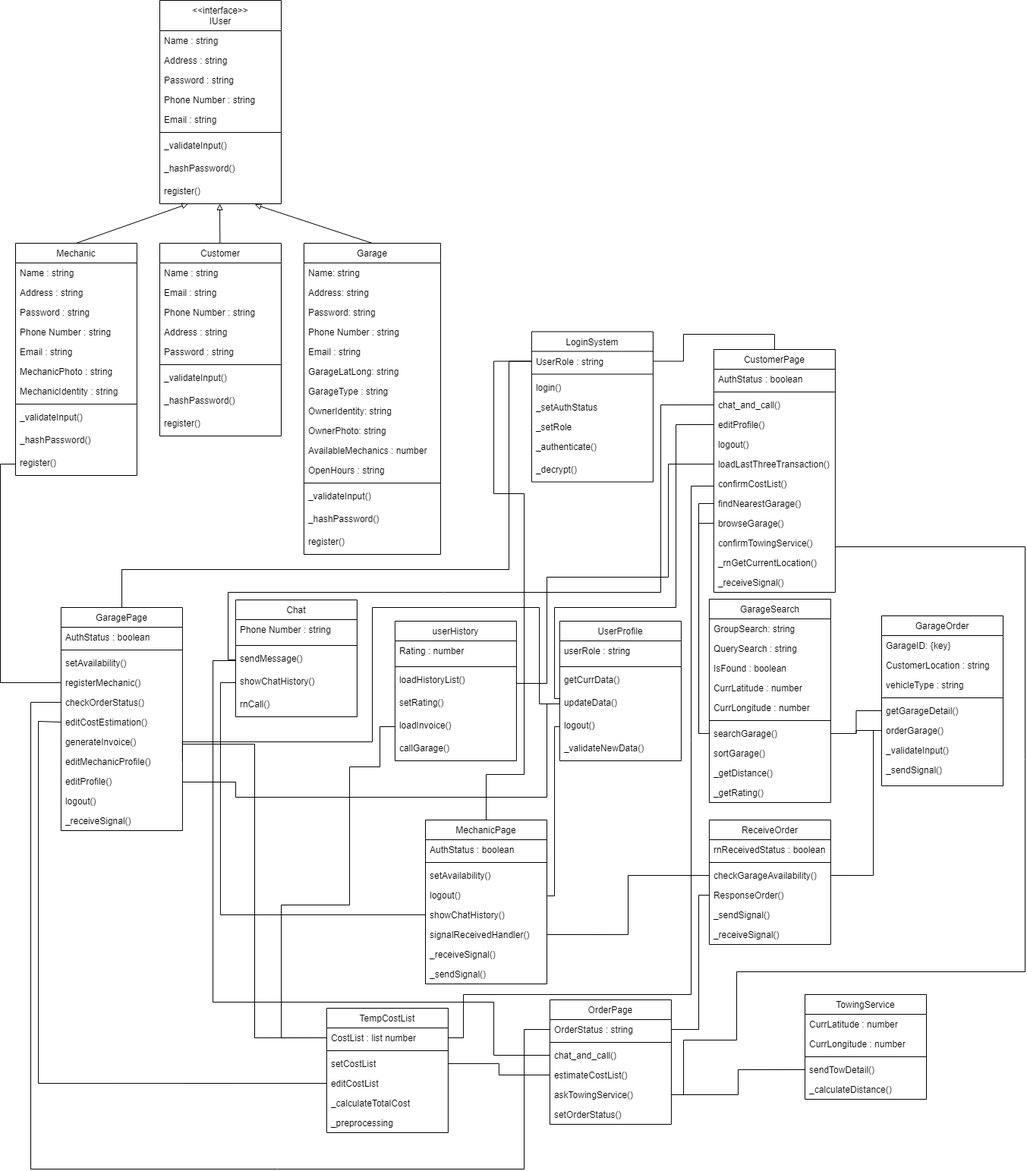
This is Systems/ClassDiagram.drawio.png from felixfilipi/E-Monteer, a draw.io export, as it was before one commit. Source tidied: cells renumbered, new cells last; positions are measured from the earlier drawing's top-left corner, leaving out a move shared by most shapes.
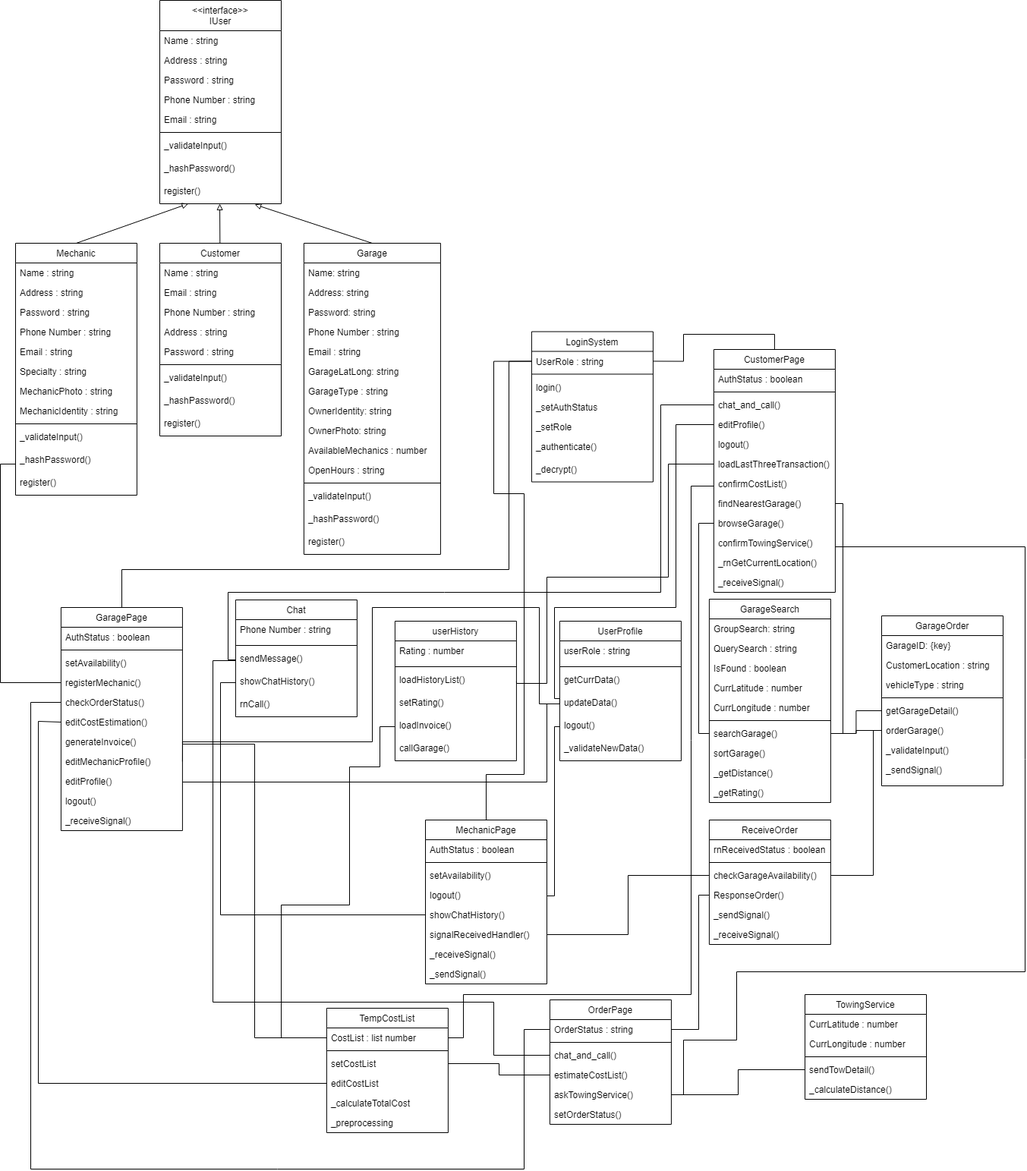
Above is the later version.

The edit, as a diff of the source:
```diff
@@ -81,7 +81,7 @@
       <mxGeometry y="380" width="180" height="30" as="geometry" />
     </mxCell>
     <mxCell id="28" value="Mechanic" style="swimlane;fontStyle=0;align=center;verticalAlign=top;horizontal=1;startSize=26;rounded=0;shadow=0;strokeWidth=1;" parent="1" vertex="1">
-      <mxGeometry x="20" y="320" width="159.9" height="306" as="geometry" />
+      <mxGeometry x="20" y="320" width="159.9" height="332" as="geometry" />
     </mxCell>
     <mxCell id="29" value="Name : string" style="text;align=left;verticalAlign=top;spacingLeft=4;spacingRight=4;overflow=hidden;" parent="28" vertex="1">
       <mxGeometry y="26" width="159.9" height="26" as="geometry" />
@@ -95,26 +95,29 @@
     <mxCell id="32" value="Phone Number : string" style="text;align=left;verticalAlign=top;spacingLeft=4;spacingRight=4;overflow=hidden;" parent="28" vertex="1">
       <mxGeometry y="104" width="159.9" height="26" as="geometry" />
     </mxCell>
+    <mxCell id="189" value="Email : string" style="text;align=left;verticalAlign=top;spacingLeft=4;spacingRight=4;overflow=hidden;" parent="28" vertex="1">
+      <mxGeometry y="130" width="159.9" height="26" as="geometry" />
+    </mxCell>
-    <mxCell id="33" value="Email : string" style="text;align=left;verticalAlign=top;spacingLeft=4;spacingRight=4;overflow=hidden;" parent="28" vertex="1">
-      <mxGeometry y="130" width="159.9" height="26" as="geometry" />
+    <mxCell id="33" value="Specialty : string" style="text;align=left;verticalAlign=top;spacingLeft=4;spacingRight=4;overflow=hidden;" parent="28" vertex="1">
+      <mxGeometry y="156" width="159.9" height="26" as="geometry" />
     </mxCell>
     <mxCell id="34" value="MechanicPhoto : string" style="text;align=left;verticalAlign=top;spacingLeft=4;spacingRight=4;overflow=hidden;" parent="28" vertex="1">
-      <mxGeometry y="156" width="159.9" height="26" as="geometry" />
+      <mxGeometry y="182" width="159.9" height="26" as="geometry" />
     </mxCell>
     <mxCell id="35" value="MechanicIdentity : string" style="text;align=left;verticalAlign=top;spacingLeft=4;spacingRight=4;overflow=hidden;" parent="28" vertex="1">
-      <mxGeometry y="182" width="159.9" height="26" as="geometry" />
+      <mxGeometry y="208" width="159.9" height="26" as="geometry" />
     </mxCell>
     <mxCell id="36" style="line;html=1;strokeWidth=1;align=left;verticalAlign=middle;spacingTop=-1;spacingLeft=3;spacingRight=3;labelPosition=right;" parent="28" vertex="1">
-      <mxGeometry y="208" width="159.9" height="8" as="geometry" />
+      <mxGeometry y="234" width="159.9" height="8" as="geometry" />
     </mxCell>
     <mxCell id="37" value="_validateInput()" style="text;align=left;verticalAlign=top;spacingLeft=4;spacingRight=4;overflow=hidden;" parent="28" vertex="1">
-      <mxGeometry y="216" width="159.9" height="30" as="geometry" />
+      <mxGeometry y="242" width="159.9" height="30" as="geometry" />
     </mxCell>
     <mxCell id="38" value="_hashPassword()" style="text;align=left;verticalAlign=top;spacingLeft=4;spacingRight=4;overflow=hidden;" parent="28" vertex="1">
-      <mxGeometry y="246" width="159.9" height="30" as="geometry" />
+      <mxGeometry y="272" width="159.9" height="30" as="geometry" />
     </mxCell>
     <mxCell id="39" value="register()" style="text;align=left;verticalAlign=top;spacingLeft=4;spacingRight=4;overflow=hidden;points=[[0,0.5],[1,0.5]];portConstraint=eastwest;" parent="28" vertex="1">
-      <mxGeometry y="276" width="159.9" height="30" as="geometry" />
+      <mxGeometry y="302" width="159.9" height="30" as="geometry" />
     </mxCell>
     <mxCell id="40" value="LoginSystem" style="swimlane;fontStyle=0;align=center;verticalAlign=top;horizontal=1;startSize=26;rounded=0;shadow=0;strokeWidth=1;" parent="1" vertex="1">
       <mxGeometry x="699.9" y="436.5" width="160" height="198" as="geometry" />
@@ -465,11 +468,11 @@
         </Array>
       </mxGeometry>
     </mxCell>
-    <mxCell id="154" style="edgeStyle=orthogonalEdgeStyle;rounded=0;jettySize=auto;html=1;entryX=0;entryY=0.5;entryDx=0;entryDy=0;endArrow=none;endFill=0;exitX=0;exitY=0.5;exitDx=0;exitDy=0;" parent="1" edge="1" source="76" target="57">
+    <mxCell id="154" style="edgeStyle=orthogonalEdgeStyle;rounded=0;jettySize=auto;html=1;entryX=1;entryY=0.5;entryDx=0;entryDy=0;endArrow=none;endFill=0;exitX=1;exitY=0.5;exitDx=0;exitDy=0;" parent="1" edge="1" source="76" target="57">
       <mxGeometry relative="1" as="geometry">
         <Array as="points">
-          <mxPoint x="920" y="663" />
-          <mxPoint x="920" y="966" />
+          <mxPoint x="1110" y="663" />
+          <mxPoint x="1110" y="966" />
         </Array>
       </mxGeometry>
     </mxCell>
@@ -619,9 +622,7 @@
     <mxCell id="172" style="edgeStyle=orthogonalEdgeStyle;rounded=0;jettySize=auto;html=1;entryX=0;entryY=0.5;entryDx=0;entryDy=0;endArrow=none;endFill=0;" parent="1" edge="1" source="150" target="65">
       <mxGeometry relative="1" as="geometry">
         <Array as="points">
-          <mxPoint x="310" y="1030" />
-          <mxPoint x="310" y="1050" />
-          <mxPoint x="720" y="1050" />
+          <mxPoint x="720" y="1030" />
           <mxPoint x="720" y="927" />
         </Array>
       </mxGeometry>
```
